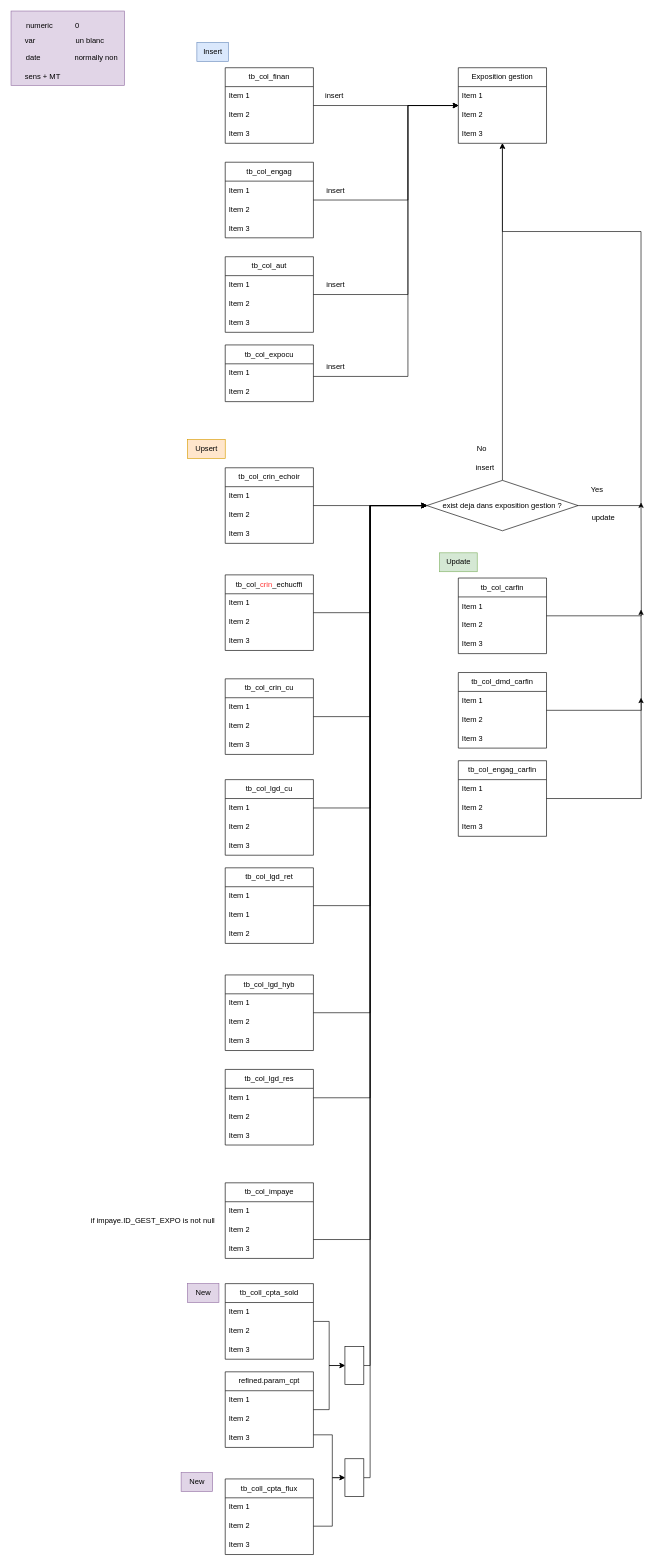
The draw.io diagram page "expo_gestion" (1 of 14) of schema_laurent.drawio in wunyu/drawio, before the edit. Source tidied: cells renumbered, new cells numbered last; positions are measured from the earlier drawing's top-left corner, leaving out a move shared by most shapes. Both pictures are drawn from the tidied source at 63%, with x=0, y=0 at pixel (11, 11).
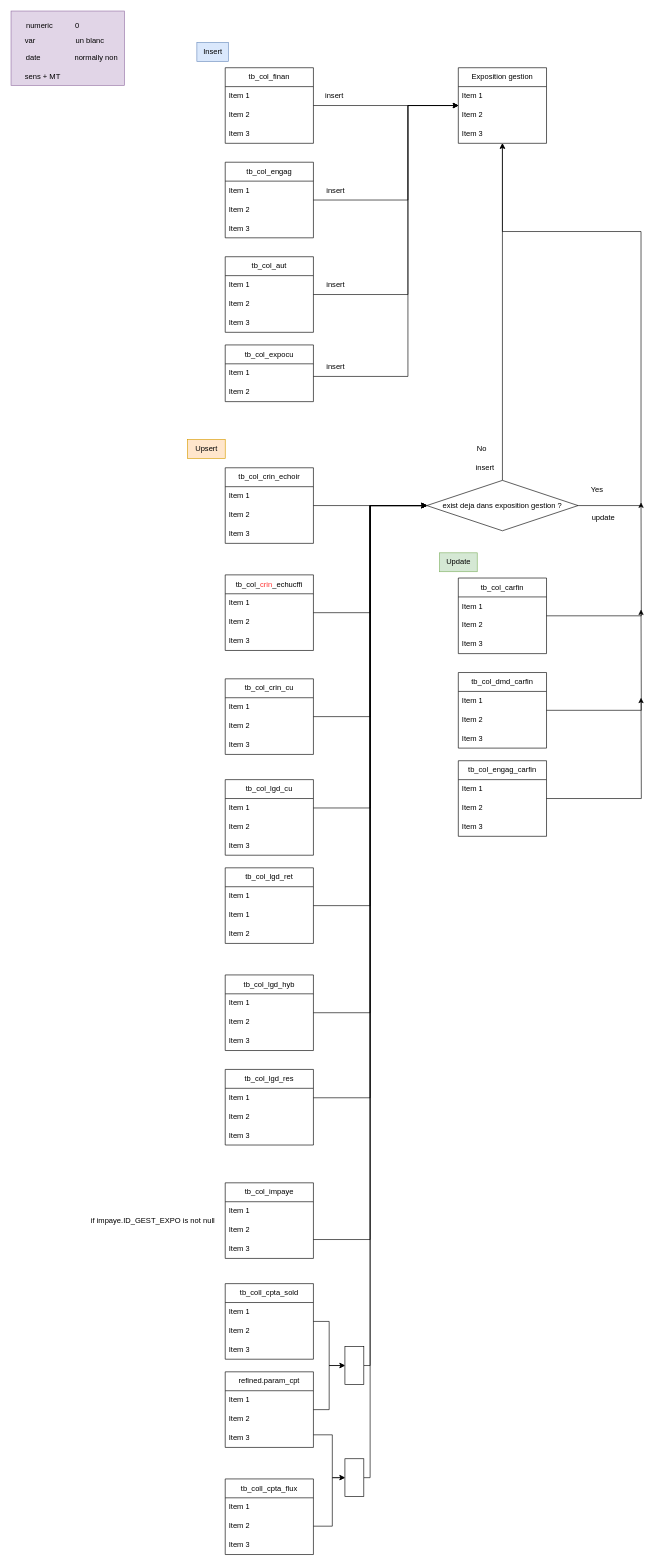
The same page after the edit.

The edit, as a diff of the source:
```diff
@@
-    <mxCell id="112" value="New" style="text;html=1;align=center;verticalAlign=middle;strokeColor=#9673a6;fillColor=#e1d5e7;" parent="1" vertex="1">
-      <mxGeometry x="280" y="2020" width="50" height="30" as="geometry" />
-    </mxCell>
-    <mxCell id="113" value="New" style="text;html=1;align=center;verticalAlign=middle;strokeColor=#9673a6;fillColor=#e1d5e7;" parent="1" vertex="1">
-      <mxGeometry x="270" y="2320" width="50" height="30" as="geometry" />
-    </mxCell>
```
